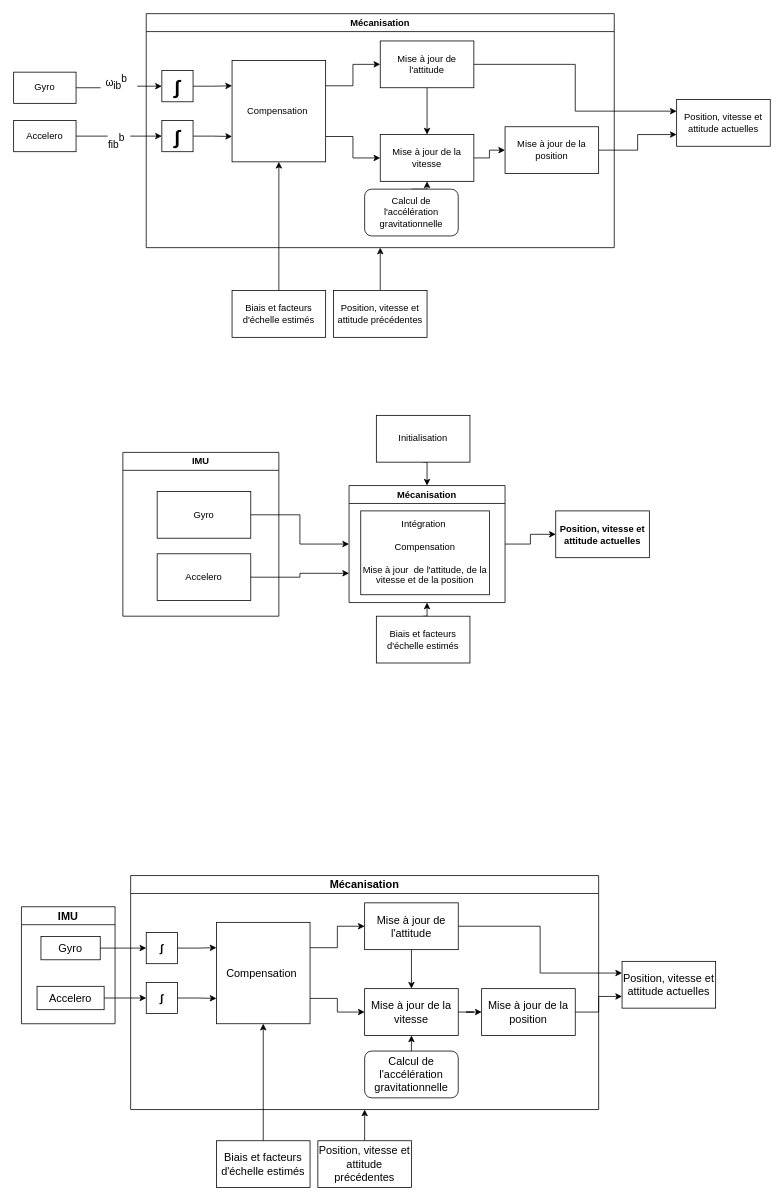
Before: page "Mechanization" (4 of 5) of KFs_Geo.drawio in Kaloum2/KFs, a draw.io diagram. Source tidied: cells renumbered, new cells numbered last; positions are measured from the earlier drawing's top-left corner, leaving out a move shared by most shapes. Both pictures are drawn from the tidied source at 78%, with x=0, y=0 at pixel (13, 13).
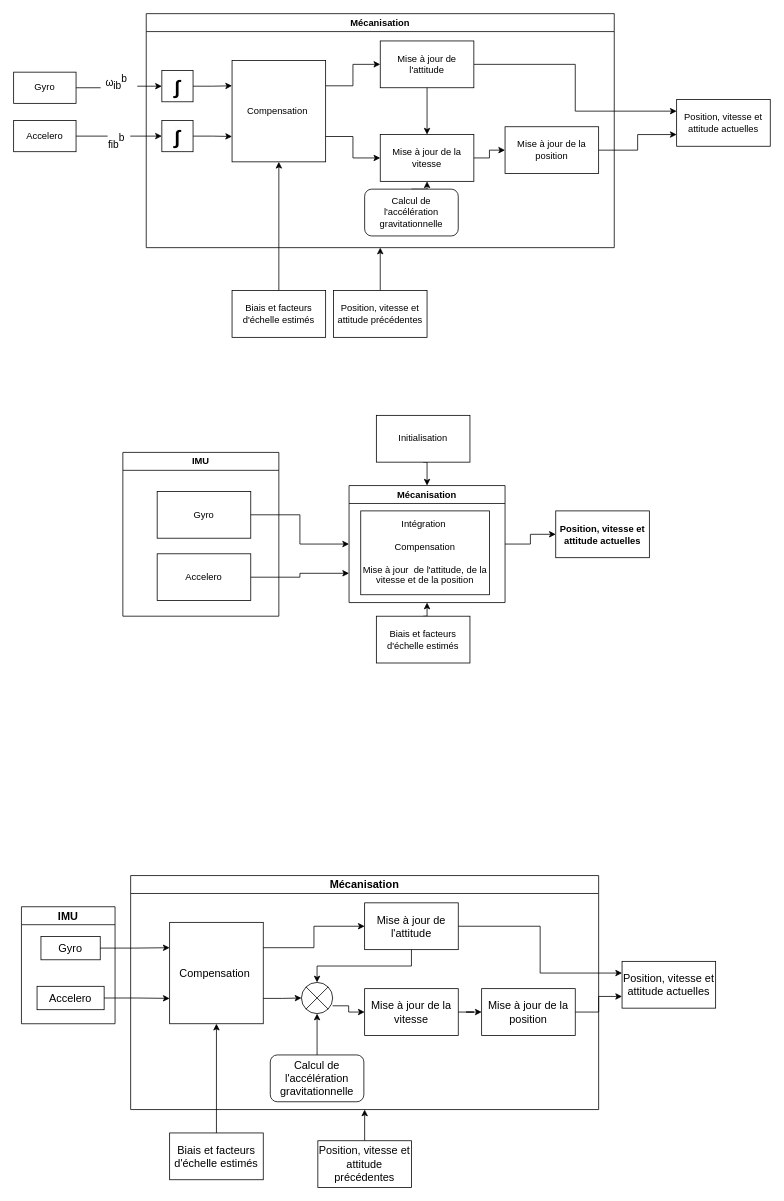
Above is the later version.

Unchanged cells that the change refers to:
```xml
<mxCell id="45" value="Mécanisation" style="swimlane;whiteSpace=wrap;html=1;fontSize=14;" parent="1" vertex="1">
  <mxGeometry x="150" y="1105" width="600" height="300" as="geometry" />
</mxCell>
<mxCell id="49" value="Mise à jour de l'attitude" style="rounded=0;whiteSpace=wrap;html=1;fontSize=14;" parent="45" vertex="1">
  <mxGeometry x="300" y="35" width="120" height="60" as="geometry" />
</mxCell>
<mxCell id="51" value="Mise à jour de la vitesse" style="rounded=0;whiteSpace=wrap;html=1;fontSize=14;" parent="45" vertex="1">
  <mxGeometry x="300" y="145" width="120" height="60" as="geometry" />
</mxCell>
<mxCell id="64" value="Gyro" style="rounded=0;whiteSpace=wrap;html=1;fontSize=14;" parent="63" vertex="1">
  <mxGeometry x="25" y="38" width="76" height="30" as="geometry" />
</mxCell>
<mxCell id="65" value="Accelero" style="rounded=0;whiteSpace=wrap;html=1;fontSize=14;" parent="63" vertex="1">
  <mxGeometry x="20" y="102" width="86" height="30" as="geometry" />
</mxCell>
```

Change to the diagram source:
```diff
@@
     <mxCell id="44" value="Biais et facteurs d'échelle estimés" style="rounded=0;whiteSpace=wrap;html=1;fontSize=14;" parent="1" vertex="1">
-      <mxGeometry x="260" y="1445" width="120" height="60" as="geometry" />
+      <mxGeometry x="200" y="1435" width="120" height="60" as="geometry" />
     </mxCell>
@@
     <mxCell id="46" value="Compensation&amp;nbsp;" style="rounded=0;whiteSpace=wrap;html=1;fontSize=14;" parent="45" vertex="1">
-      <mxGeometry x="110" y="60" width="120" height="130" as="geometry" />
+      <mxGeometry x="50" y="60" width="120" height="130" as="geometry" />
     </mxCell>
-    <mxCell id="47" value="∫" style="whiteSpace=wrap;html=1;fontStyle=1;fontSize=14;" parent="45" vertex="1">
-      <mxGeometry x="20" y="73" width="40" height="40" as="geometry" />
-    </mxCell>
-    <mxCell id="48" style="edgeStyle=orthogonalEdgeStyle;rounded=0;jettySize=auto;html=1;exitX=1;exitY=0.5;exitDx=0;exitDy=0;entryX=0;entryY=0.25;entryDx=0;entryDy=0;fontSize=14;" parent="45" edge="1" source="47" target="46">
-      <mxGeometry relative="1" as="geometry" />
-    </mxCell>
@@
-    <mxCell id="52" style="edgeStyle=orthogonalEdgeStyle;rounded=0;jettySize=auto;html=1;exitX=0.5;exitY=1;exitDx=0;exitDy=0;entryX=0.5;entryY=0;entryDx=0;entryDy=0;fontSize=14;" parent="45" edge="1" source="49" target="51">
+    <mxCell id="52" style="edgeStyle=orthogonalEdgeStyle;rounded=0;jettySize=auto;html=1;exitX=0.5;exitY=1;exitDx=0;exitDy=0;entryX=0.5;entryY=0;entryDx=0;entryDy=0;fontSize=14;entryPerimeter=0;" parent="45" edge="1" source="49" target="69">
       <mxGeometry relative="1" as="geometry" />
     </mxCell>
-    <mxCell id="53" style="edgeStyle=orthogonalEdgeStyle;rounded=0;jettySize=auto;html=1;exitX=1;exitY=0.75;exitDx=0;exitDy=0;entryX=0;entryY=0.5;entryDx=0;entryDy=0;fontSize=14;" parent="45" edge="1" source="46" target="51">
+    <mxCell id="53" style="edgeStyle=orthogonalEdgeStyle;rounded=0;jettySize=auto;html=1;exitX=1;exitY=0.75;exitDx=0;exitDy=0;entryX=0;entryY=0.5;entryDx=0;entryDy=0;fontSize=14;" parent="45" edge="1" source="69" target="51">
       <mxGeometry relative="1" as="geometry" />
     </mxCell>
     <mxCell id="54" value="Calcul de l'accélération gravitationnelle" style="rounded=1;whiteSpace=wrap;html=1;fontSize=14;" parent="45" vertex="1">
-      <mxGeometry x="300" y="225" width="120" height="60" as="geometry" />
+      <mxGeometry x="179" y="230" width="120" height="60" as="geometry" />
     </mxCell>
-    <mxCell id="55" style="edgeStyle=orthogonalEdgeStyle;rounded=0;jettySize=auto;html=1;exitX=0.5;exitY=0;exitDx=0;exitDy=0;entryX=0.5;entryY=1;entryDx=0;entryDy=0;fontSize=14;" parent="45" edge="1" source="54" target="51">
+    <mxCell id="55" style="edgeStyle=orthogonalEdgeStyle;rounded=0;jettySize=auto;html=1;exitX=0.5;exitY=0;exitDx=0;exitDy=0;entryX=0.5;entryY=1;entryDx=0;entryDy=0;fontSize=14;entryPerimeter=0;" parent="45" edge="1" source="54" target="69">
       <mxGeometry relative="1" as="geometry" />
     </mxCell>
-    <mxCell id="56" value="&lt;span style=&quot;color: rgb(0, 0, 0); font-family: Helvetica; font-size: 14px; font-style: normal; font-variant-ligatures: normal; font-variant-caps: normal; font-weight: 700; letter-spacing: normal; orphans: 2; text-align: center; text-indent: 0px; text-transform: none; widows: 2; word-spacing: 0px; -webkit-text-stroke-width: 0px; background-color: rgb(251, 251, 251); text-decoration-thickness: initial; text-decoration-style: initial; text-decoration-color: initial; float: none; display: inline !important;&quot;&gt;∫&lt;/span&gt;" style="whiteSpace=wrap;html=1;fontSize=14;" parent="45" vertex="1">
-      <mxGeometry x="20" y="137" width="40" height="40" as="geometry" />
-    </mxCell>
-    <mxCell id="57" style="edgeStyle=orthogonalEdgeStyle;rounded=0;jettySize=auto;html=1;exitX=1;exitY=0.5;exitDx=0;exitDy=0;entryX=0;entryY=0.75;entryDx=0;entryDy=0;fontSize=14;" parent="45" edge="1" source="56" target="46">
-      <mxGeometry relative="1" as="geometry" />
-    </mxCell>
@@
+    <mxCell id="68" style="edgeStyle=orthogonalEdgeStyle;rounded=0;jettySize=auto;html=1;exitX=1;exitY=0.75;exitDx=0;exitDy=0;entryX=0;entryY=0.5;entryDx=0;entryDy=0;fontSize=14;" parent="45" edge="1" source="46" target="69">
+      <mxGeometry relative="1" as="geometry" />
+    </mxCell>
+    <mxCell id="69" style="verticalLabelPosition=bottom;verticalAlign=top;html=1;shape=mxgraph.flowchart.or;" parent="45" vertex="1">
+      <mxGeometry x="219" y="137" width="40" height="40" as="geometry" />
+    </mxCell>
@@
-    <mxCell id="66" style="edgeStyle=orthogonalEdgeStyle;rounded=0;jettySize=auto;html=1;exitX=1;exitY=0.5;exitDx=0;exitDy=0;entryX=0;entryY=0.5;entryDx=0;entryDy=0;fontSize=14;" parent="1" edge="1" source="64" target="47">
+    <mxCell id="66" style="edgeStyle=orthogonalEdgeStyle;rounded=0;jettySize=auto;html=1;exitX=1;exitY=0.5;exitDx=0;exitDy=0;entryX=0;entryY=0.25;entryDx=0;entryDy=0;fontSize=14;" parent="1" edge="1" source="64" target="46">
       <mxGeometry relative="1" as="geometry" />
     </mxCell>
-    <mxCell id="67" style="edgeStyle=orthogonalEdgeStyle;rounded=0;jettySize=auto;html=1;exitX=1;exitY=0.5;exitDx=0;exitDy=0;entryX=0;entryY=0.5;entryDx=0;entryDy=0;fontSize=14;" parent="1" edge="1" source="65" target="56">
+    <mxCell id="67" style="edgeStyle=orthogonalEdgeStyle;rounded=0;jettySize=auto;html=1;exitX=1;exitY=0.5;exitDx=0;exitDy=0;entryX=0;entryY=0.75;entryDx=0;entryDy=0;fontSize=14;" parent="1" edge="1" source="65" target="46">
       <mxGeometry relative="1" as="geometry" />
     </mxCell>
```
